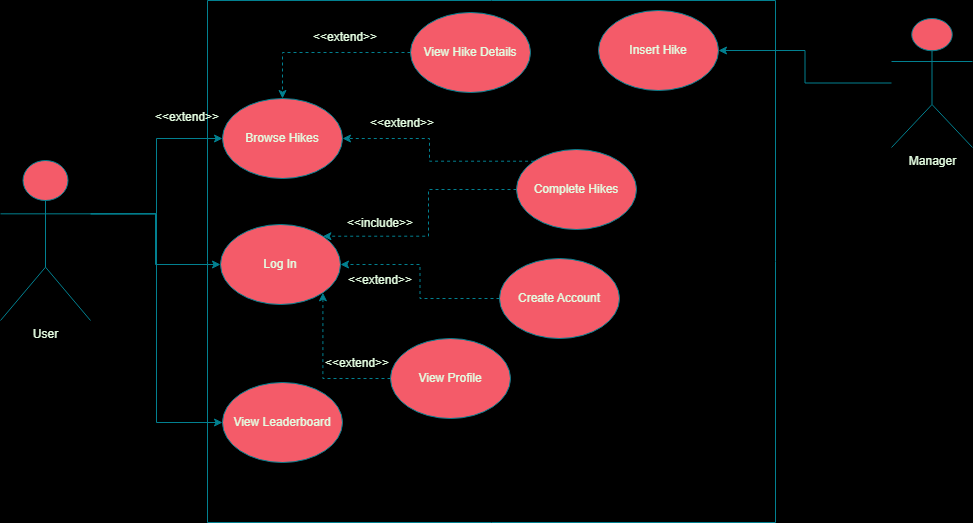
michaelbabinec/SoCalHikes keeps this draw.io diagram as Example Screenshots/Final Use Case Diagram.png. Above is the earlier version. Source tidied: cells renumbered, new cells last; positions are measured from the earlier drawing's top-left corner, leaving out a move shared by most shapes.
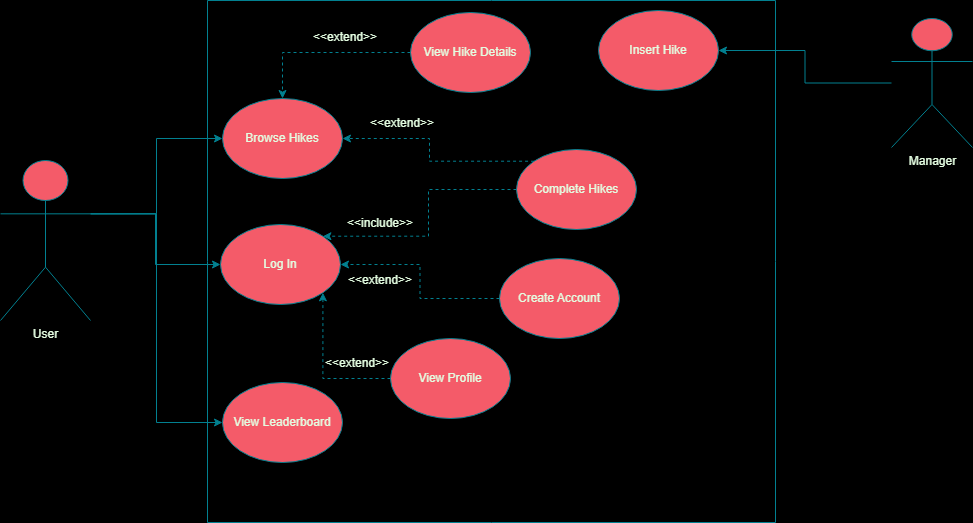
Above is the later version.

The edit, as a diff of the source:
```diff
@@ -77,8 +77,5 @@
     <mxCell id="26" value="Manager" style="shape=umlActor;verticalLabelPosition=bottom;verticalAlign=top;html=1;outlineConnect=0;strokeColor=#028090;fontColor=#E4FDE1;fillColor=#F45B69;" parent="1" vertex="1">
       <mxGeometry x="891" y="18" width="81" height="129" as="geometry" />
     </mxCell>
-    <mxCell id="27" value="&amp;lt;&amp;lt;extend&amp;gt;&amp;gt;" style="text;html=1;strokeColor=none;fillColor=none;align=center;verticalAlign=middle;whiteSpace=wrap;rounded=0;fontColor=#E4FDE1;" parent="1" vertex="1">
-      <mxGeometry x="157" y="102" width="60" height="30" as="geometry" />
-    </mxCell>
   </root>
 </mxGraphModel>
```
